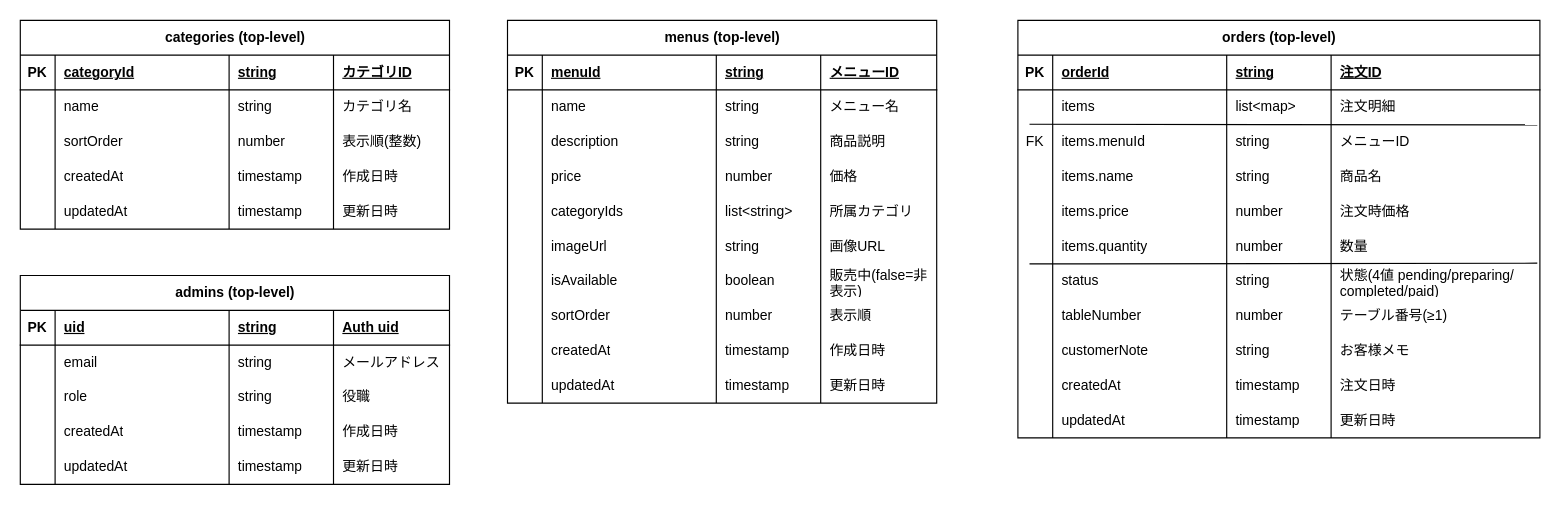
Before: docs/フィールド.drawio in kitagawa-create/gonmura-food-app, a draw.io diagram. Source tidied: cells renumbered, new cells numbered last; positions are measured from the earlier drawing's top-left corner, leaving out a move shared by most shapes. Both pictures are drawn from the tidied source at 116%, with x=0, y=0 at pixel (20, 20).
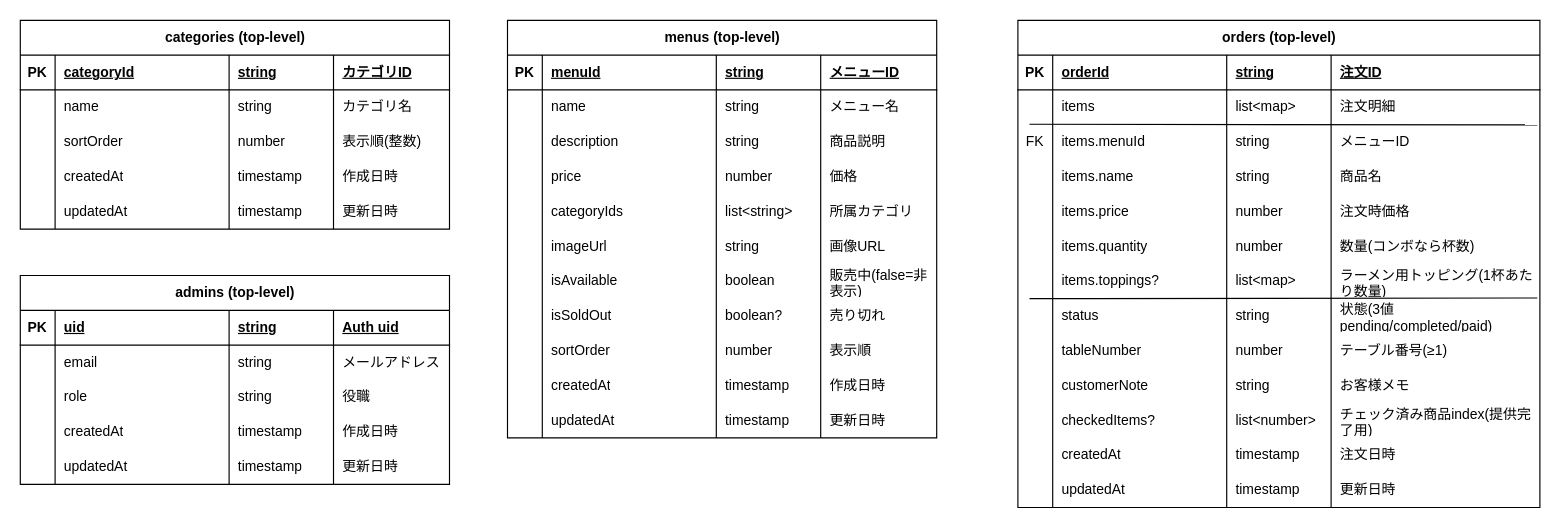
The same diagram, later.

Unchanged cells that the change refers to:
```xml
<mxCell id="131" style="shape=tableRow;horizontal=0;startSize=0;swimlaneHead=0;swimlaneBody=0;fillColor=none;points=[[0,0.5],[1,0.5]];portConstraint=eastwest;top=0;left=0;right=0;bottom=0;" parent="105" vertex="1">
  <mxGeometry y="180" width="450" height="30" as="geometry" />
</mxCell>
```

The edit, as a diff of the source:
```diff
@@
     <mxCell id="54" value="menus (top-level)" style="shape=table;startSize=30;childLayout=tableLayout;rowLines=0;fontStyle=1;align=center;html=1;fillColor=#FFFFFF;" parent="1" vertex="1">
-      <mxGeometry x="420" width="370" height="330" as="geometry" />
+      <mxGeometry x="420" width="370" height="360" as="geometry" />
     </mxCell>
@@
+    <mxCell id="163" style="shape=tableRow;horizontal=0;startSize=0;swimlaneHead=0;swimlaneBody=0;fillColor=none;top=0;left=0;right=0;bottom=0;" parent="54" vertex="1">
+      <mxGeometry y="240" width="370" height="30" as="geometry" />
+    </mxCell>
+    <mxCell id="164" style="shape=partialRectangle;fillColor=none;top=0;left=0;bottom=0;right=0;overflow=hidden;whiteSpace=wrap;html=1;" parent="163" vertex="1">
+      <mxGeometry width="30" height="30" as="geometry" />
+    </mxCell>
+    <mxCell id="165" value="isSoldOut" style="shape=partialRectangle;fillColor=none;top=0;left=0;bottom=0;right=0;align=left;spacingLeft=6;overflow=hidden;whiteSpace=wrap;html=1;" parent="163" vertex="1">
+      <mxGeometry x="30" width="150" height="30" as="geometry" />
+    </mxCell>
+    <mxCell id="166" value="boolean?" style="shape=partialRectangle;fillColor=none;top=0;left=0;bottom=0;right=0;align=left;spacingLeft=6;overflow=hidden;whiteSpace=wrap;html=1;" parent="163" vertex="1">
+      <mxGeometry x="180" width="90" height="30" as="geometry" />
+    </mxCell>
+    <mxCell id="167" value="売り切れ" style="shape=partialRectangle;fillColor=none;top=0;left=0;bottom=0;right=0;align=left;spacingLeft=6;overflow=hidden;whiteSpace=wrap;html=1;" parent="163" vertex="1">
+      <mxGeometry x="270" width="100" height="30" as="geometry" />
+    </mxCell>
     <mxCell id="90" style="shape=tableRow;horizontal=0;startSize=0;swimlaneHead=0;swimlaneBody=0;fillColor=none;top=0;left=0;right=0;bottom=0;" parent="54" vertex="1">
-      <mxGeometry y="240" width="370" height="30" as="geometry" />
+      <mxGeometry y="270" width="370" height="30" as="geometry" />
     </mxCell>
@@
     <mxCell id="95" style="shape=tableRow;horizontal=0;startSize=0;swimlaneHead=0;swimlaneBody=0;fillColor=none;top=0;left=0;right=0;bottom=0;" parent="54" vertex="1">
-      <mxGeometry y="270" width="370" height="30" as="geometry" />
+      <mxGeometry y="300" width="370" height="30" as="geometry" />
     </mxCell>
@@
     <mxCell id="100" style="shape=tableRow;horizontal=0;startSize=0;swimlaneHead=0;swimlaneBody=0;fillColor=none;top=0;left=0;right=0;bottom=0;" parent="54" vertex="1">
-      <mxGeometry y="300" width="370" height="30" as="geometry" />
+      <mxGeometry y="330" width="370" height="30" as="geometry" />
     </mxCell>
@@
     <mxCell id="105" value="orders (top-level)" style="shape=table;startSize=30;childLayout=tableLayout;rowLines=0;fontStyle=1;align=center;html=1;fillColor=#FFFFFF;" parent="1" vertex="1">
-      <mxGeometry x="860" width="450" height="360" as="geometry" />
+      <mxGeometry x="860" width="450" height="420" as="geometry" />
     </mxCell>
@@
-    <mxCell id="135" value="数量" style="shape=partialRectangle;fillColor=none;top=0;left=0;bottom=0;right=0;align=left;spacingLeft=6;overflow=hidden;whiteSpace=wrap;html=1;" parent="131" vertex="1">
+    <mxCell id="135" value="数量(コンボなら杯数)" style="shape=partialRectangle;fillColor=none;top=0;left=0;bottom=0;right=0;align=left;spacingLeft=6;overflow=hidden;whiteSpace=wrap;html=1;" parent="131" vertex="1">
       <mxGeometry x="270" width="180" height="30" as="geometry" />
     </mxCell>
+    <mxCell id="168" style="shape=tableRow;horizontal=0;startSize=0;swimlaneHead=0;swimlaneBody=0;fillColor=none;points=[[0,0.5],[1,0.5]];portConstraint=eastwest;top=0;left=0;right=0;bottom=0;" parent="105" vertex="1">
+      <mxGeometry y="210" width="450" height="30" as="geometry" />
+    </mxCell>
+    <mxCell id="169" style="shape=partialRectangle;fillColor=none;top=0;left=0;bottom=0;right=0;overflow=hidden;whiteSpace=wrap;html=1;" parent="168" vertex="1">
+      <mxGeometry width="30" height="30" as="geometry" />
+    </mxCell>
+    <mxCell id="170" value="items.toppings?" style="shape=partialRectangle;fillColor=none;top=0;left=0;bottom=0;right=0;align=left;spacingLeft=6;overflow=hidden;whiteSpace=wrap;html=1;" parent="168" vertex="1">
+      <mxGeometry x="30" width="150" height="30" as="geometry" />
+    </mxCell>
+    <mxCell id="171" value="list&amp;lt;map&amp;gt;" style="shape=partialRectangle;fillColor=none;top=0;left=0;bottom=0;right=0;align=left;spacingLeft=6;overflow=hidden;whiteSpace=wrap;html=1;" parent="168" vertex="1">
+      <mxGeometry x="180" width="90" height="30" as="geometry" />
+    </mxCell>
+    <mxCell id="172" value="ラーメン用トッピング(1杯あたり数量)" style="shape=partialRectangle;fillColor=none;top=0;left=0;bottom=0;right=0;align=left;spacingLeft=6;overflow=hidden;whiteSpace=wrap;html=1;" parent="168" vertex="1">
+      <mxGeometry x="270" width="180" height="30" as="geometry" />
+    </mxCell>
     <mxCell id="136" style="shape=tableRow;horizontal=0;startSize=0;swimlaneHead=0;swimlaneBody=0;fillColor=none;top=0;left=0;right=0;bottom=0;" parent="105" vertex="1">
-      <mxGeometry y="210" width="450" height="30" as="geometry" />
+      <mxGeometry y="240" width="450" height="30" as="geometry" />
     </mxCell>
@@
-    <mxCell id="140" value="状態(4値 pending/preparing/&lt;div&gt;completed/paid)&lt;/div&gt;" style="shape=partialRectangle;fillColor=none;top=0;left=0;bottom=0;right=0;align=left;spacingLeft=6;overflow=hidden;whiteSpace=wrap;html=1;" parent="136" vertex="1">
+    <mxCell id="140" value="状態(3値 pending/completed/paid)" style="shape=partialRectangle;fillColor=none;top=0;left=0;bottom=0;right=0;align=left;spacingLeft=6;overflow=hidden;whiteSpace=wrap;html=1;" parent="136" vertex="1">
       <mxGeometry x="270" width="180" height="30" as="geometry" />
     </mxCell>
     <mxCell id="141" style="shape=tableRow;horizontal=0;startSize=0;swimlaneHead=0;swimlaneBody=0;fillColor=none;top=0;left=0;right=0;bottom=0;" parent="105" vertex="1">
-      <mxGeometry y="240" width="450" height="30" as="geometry" />
+      <mxGeometry y="270" width="450" height="30" as="geometry" />
     </mxCell>
@@
     <mxCell id="146" style="shape=tableRow;horizontal=0;startSize=0;swimlaneHead=0;swimlaneBody=0;fillColor=none;top=0;left=0;right=0;bottom=0;" parent="105" vertex="1">
-      <mxGeometry y="270" width="450" height="30" as="geometry" />
+      <mxGeometry y="300" width="450" height="30" as="geometry" />
     </mxCell>
@@
+    <mxCell id="173" style="shape=tableRow;horizontal=0;startSize=0;swimlaneHead=0;swimlaneBody=0;fillColor=none;top=0;left=0;right=0;bottom=0;" parent="105" vertex="1">
+      <mxGeometry y="330" width="450" height="30" as="geometry" />
+    </mxCell>
+    <mxCell id="174" style="shape=partialRectangle;fillColor=none;top=0;left=0;bottom=0;right=0;overflow=hidden;whiteSpace=wrap;html=1;" parent="173" vertex="1">
+      <mxGeometry width="30" height="30" as="geometry" />
+    </mxCell>
+    <mxCell id="175" value="checkedItems?" style="shape=partialRectangle;fillColor=none;top=0;left=0;bottom=0;right=0;align=left;spacingLeft=6;overflow=hidden;whiteSpace=wrap;html=1;" parent="173" vertex="1">
+      <mxGeometry x="30" width="150" height="30" as="geometry" />
+    </mxCell>
+    <mxCell id="176" value="list&amp;lt;number&amp;gt;" style="shape=partialRectangle;fillColor=none;top=0;left=0;bottom=0;right=0;align=left;spacingLeft=6;overflow=hidden;whiteSpace=wrap;html=1;" parent="173" vertex="1">
+      <mxGeometry x="180" width="90" height="30" as="geometry" />
+    </mxCell>
+    <mxCell id="177" value="チェック済み商品index(提供完了用)" style="shape=partialRectangle;fillColor=none;top=0;left=0;bottom=0;right=0;align=left;spacingLeft=6;overflow=hidden;whiteSpace=wrap;html=1;" parent="173" vertex="1">
+      <mxGeometry x="270" width="180" height="30" as="geometry" />
+    </mxCell>
     <mxCell id="151" style="shape=tableRow;horizontal=0;startSize=0;swimlaneHead=0;swimlaneBody=0;fillColor=none;top=0;left=0;right=0;bottom=0;" parent="105" vertex="1">
-      <mxGeometry y="300" width="450" height="30" as="geometry" />
+      <mxGeometry y="360" width="450" height="30" as="geometry" />
     </mxCell>
@@
     <mxCell id="156" style="shape=tableRow;horizontal=0;startSize=0;swimlaneHead=0;swimlaneBody=0;fillColor=none;top=0;left=0;right=0;bottom=0;" parent="105" vertex="1">
-      <mxGeometry y="330" width="450" height="30" as="geometry" />
+      <mxGeometry y="390" width="450" height="30" as="geometry" />
     </mxCell>
@@
-    <mxCell id="161" style="html=1;rounded=0;entryX=0.995;entryY=0.98;entryDx=0;entryDy=0;entryPerimeter=0;strokeColor=light-dark(#000000,#FFFFFF);endArrow=none;endFill=0;" parent="1" edge="1" target="131">
+    <mxCell id="161" style="html=1;rounded=0;entryX=0.995;entryY=0.98;entryDx=0;entryDy=0;entryPerimeter=0;strokeColor=light-dark(#000000,#FFFFFF);endArrow=none;endFill=0;" parent="1" edge="1" target="168">
       <mxGeometry relative="1" as="geometry">
-        <mxPoint x="870" y="210" as="sourcePoint" />
+        <mxPoint x="870" y="240" as="sourcePoint" />
         <Array as="points">
-          <mxPoint x="920" y="210" />
+          <mxPoint x="920" y="240" />
         </Array>
       </mxGeometry>
     </mxCell>
```
